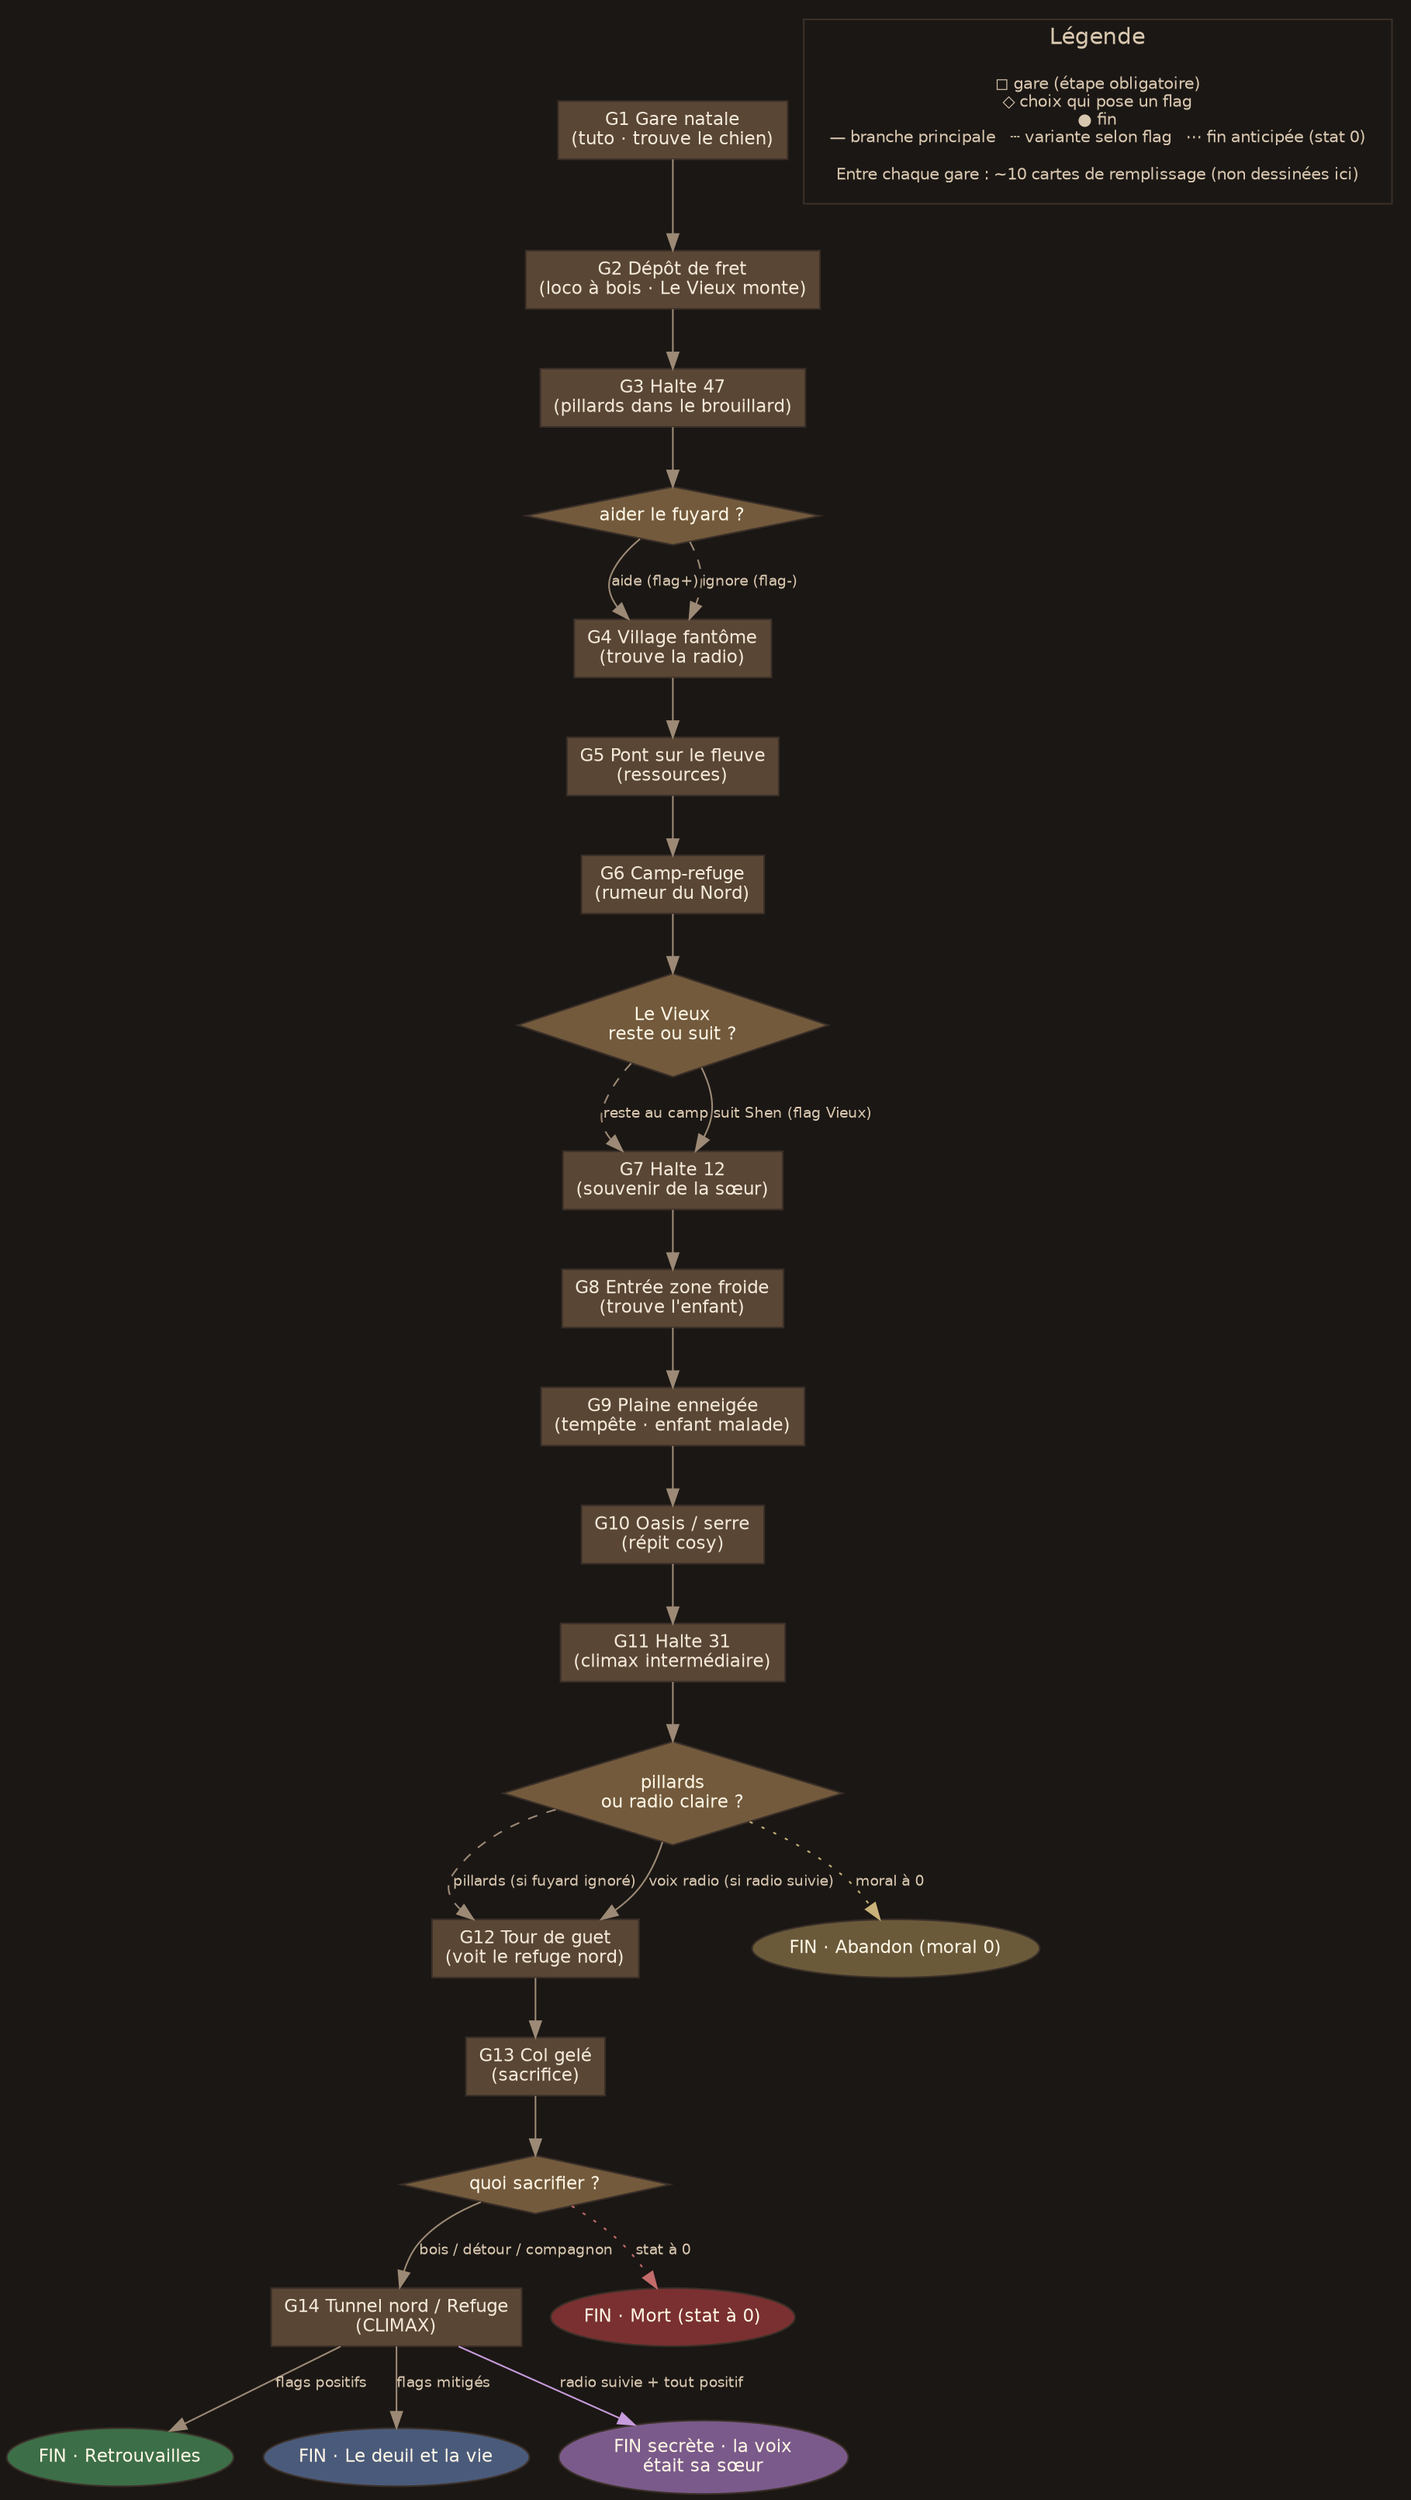
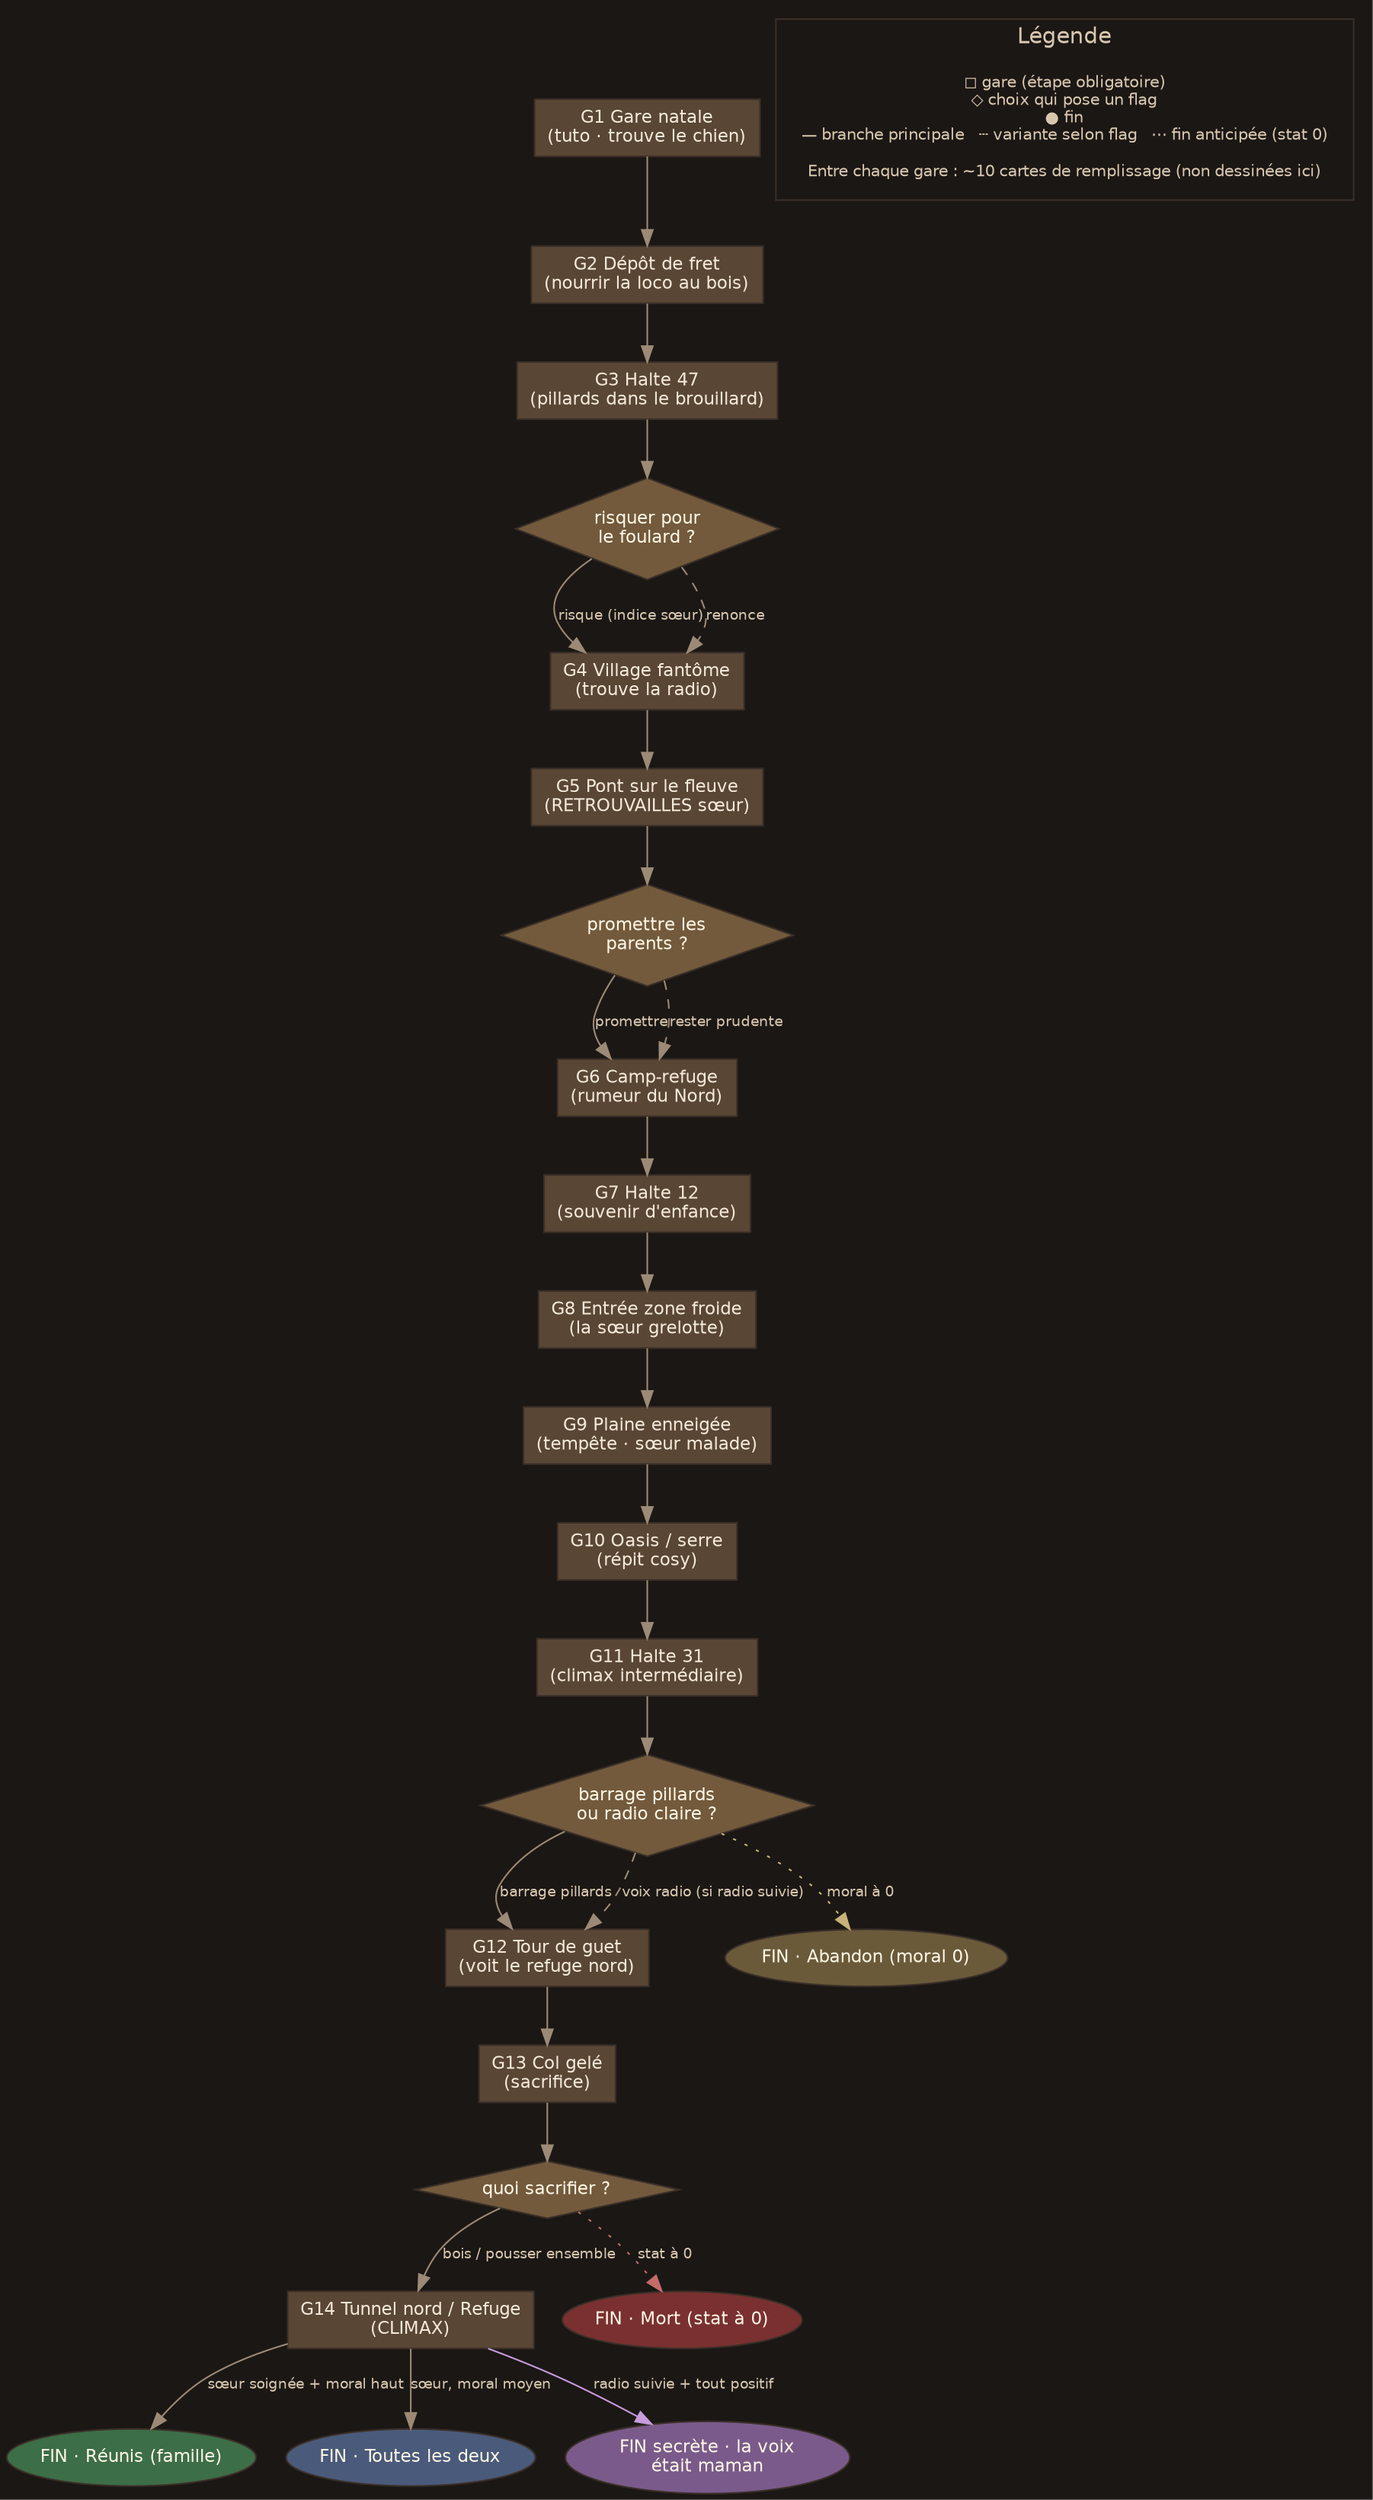
digraph TrameTrainCosy {
  rankdir=TB;
  bgcolor="#1b1714";
  fontname="Helvetica";
  node [fontname="Helvetica", fontsize=11, style="filled", color="#3a2f28", fontcolor="#f3e9da"];
  edge [color="#9c8a76", fontname="Helvetica", fontsize=9, fontcolor="#d8c7af"];

  // --- Gares (spine) ---
  node [shape=box, fillcolor="#5a4634"];
  G1  [label="G1 Gare natale\n(tuto · trouve le chien)"];
-   G2  [label="G2 Dépôt de fret\n(loco à bois · Le Vieux monte)"];
+   G2  [label="G2 Dépôt de fret\n(nourrir la loco au bois)"];
  G3  [label="G3 Halte 47\n(pillards dans le brouillard)"];
  G4  [label="G4 Village fantôme\n(trouve la radio)"];
-   G5  [label="G5 Pont sur le fleuve\n(ressources)"];
+   G5  [label="G5 Pont sur le fleuve\n(RETROUVAILLES sœur)"];
  G6  [label="G6 Camp-refuge\n(rumeur du Nord)"];
-   G7  [label="G7 Halte 12\n(souvenir de la sœur)"];
-   G8  [label="G8 Entrée zone froide\n(trouve l'enfant)"];
-   G9  [label="G9 Plaine enneigée\n(tempête · enfant malade)"];
+   G7  [label="G7 Halte 12\n(souvenir d'enfance)"];
+   G8  [label="G8 Entrée zone froide\n(la sœur grelotte)"];
+   G9  [label="G9 Plaine enneigée\n(tempête · sœur malade)"];
  G10 [label="G10 Oasis / serre\n(répit cosy)"];
  G11 [label="G11 Halte 31\n(climax intermédiaire)"];
  G12 [label="G12 Tour de guet\n(voit le refuge nord)"];
  G13 [label="G13 Col gelé\n(sacrifice)"];
  G14 [label="G14 Tunnel nord / Refuge\n(CLIMAX)"];

  // --- Noeuds de choix (branches) ---
  node [shape=diamond, fillcolor="#735a3c", fontcolor="#fff7e6"];
-   C3  [label="aider le fuyard ?"];
-   C6  [label="Le Vieux\nreste ou suit ?"];
-   C11 [label="pillards\nou radio claire ?"];
+   C3  [label="risquer pour\nle foulard ?"];
+   C5  [label="promettre les\nparents ?"];
+   C11 [label="barrage pillards\nou radio claire ?"];
  C13 [label="quoi sacrifier ?"];

  // --- Fins ---
  node [shape=ellipse];
-   F_RETROUV [label="FIN · Retrouvailles", fillcolor="#3c6e47"];
-   F_DEUIL   [label="FIN · Le deuil et la vie", fillcolor="#4a5a7a"];
+   F_RETROUV [label="FIN · Réunis (famille)", fillcolor="#3c6e47"];
+   F_ENSEMBLE [label="FIN · Toutes les deux", fillcolor="#4a5a7a"];
  F_MORT    [label="FIN · Mort (stat à 0)", fillcolor="#7a3030"];
  F_ABANDON [label="FIN · Abandon (moral 0)", fillcolor="#6a5a3a"];
-   F_SECRETE [label="FIN secrète · la voix\nétait sa sœur", fillcolor="#7a5a8a"];
+   F_SECRETE [label="FIN secrète · la voix\nétait maman", fillcolor="#7a5a8a"];

  // --- Spine principale ---
  G1 -> G2 -> G3;
  G3 -> C3;
-   C3 -> G4 [label="aide (flag+)"];
-   C3 -> G4 [label="ignore (flag-)", style=dashed];
-   G4 -> G5 -> G6 -> C6;
-   C6 -> G7 [label="reste au camp", style=dashed];
-   C6 -> G7 [label="suit Shen (flag Vieux)"];
-   G7 -> G8 -> G9 -> G10 -> G11;
+   C3 -> G4 [label="risque (indice sœur)"];
+   C3 -> G4 [label="renonce", style=dashed];
+   G4 -> G5 -> C5;
+   C5 -> G6 [label="promettre"];
+   C5 -> G6 [label="rester prudente", style=dashed];
+   G6 -> G7 -> G8 -> G9 -> G10 -> G11;
  G11 -> C11;
-   C11 -> G12 [label="pillards (si fuyard ignoré)", style=dashed];
-   C11 -> G12 [label="voix radio (si radio suivie)"];
+   C11 -> G12 [label="barrage pillards"];
+   C11 -> G12 [label="voix radio (si radio suivie)", style=dashed];
  G12 -> G13 -> C13;
-   C13 -> G14 [label="bois / détour / compagnon"];
+   C13 -> G14 [label="bois / pousser ensemble"];

  // --- Fins depuis le climax + sorties anticipées ---
-   G14 -> F_RETROUV [label="flags positifs"];
-   G14 -> F_DEUIL   [label="flags mitigés"];
+   G14 -> F_RETROUV [label="sœur soignée + moral haut"];
+   G14 -> F_ENSEMBLE [label="sœur, moral moyen"];
  G14 -> F_SECRETE [label="radio suivie + tout positif", color="#c79bdc"];

  // Fins possibles à tout moment (game over)
  C13 -> F_MORT    [label="stat à 0", color="#c46b6b", style=dotted];
  C11 -> F_ABANDON [label="moral à 0", color="#c9b27a", style=dotted];

  // Légende
  subgraph cluster_legende {
    label="Légende";
    fontcolor="#d8c7af";
    color="#3a2f28";
    node [shape=plaintext, fillcolor="#1b1714", fontcolor="#d8c7af", fontsize=10];
    leg [label="◻ gare (étape obligatoire)\n◇ choix qui pose un flag\n● fin\n— branche principale   ┄ variante selon flag   ⋯ fin anticipée (stat 0)\n\nEntre chaque gare : ~10 cartes de remplissage (non dessinées ici)"];
  }
}
